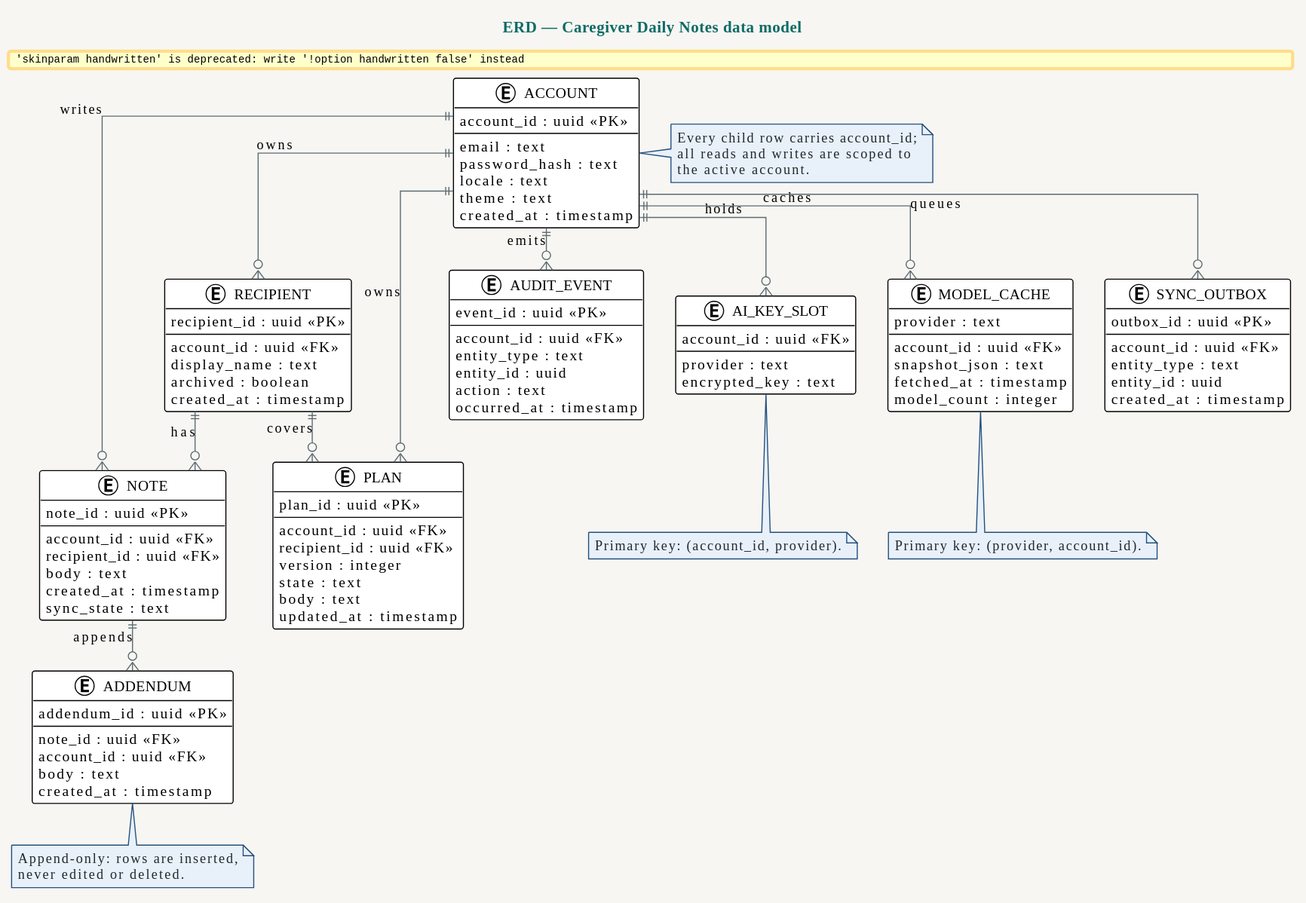
Above: docs/diagrams/erd/05-erd.svg in alaa157/caregiver-daily-notes (PlantUML), before the change.
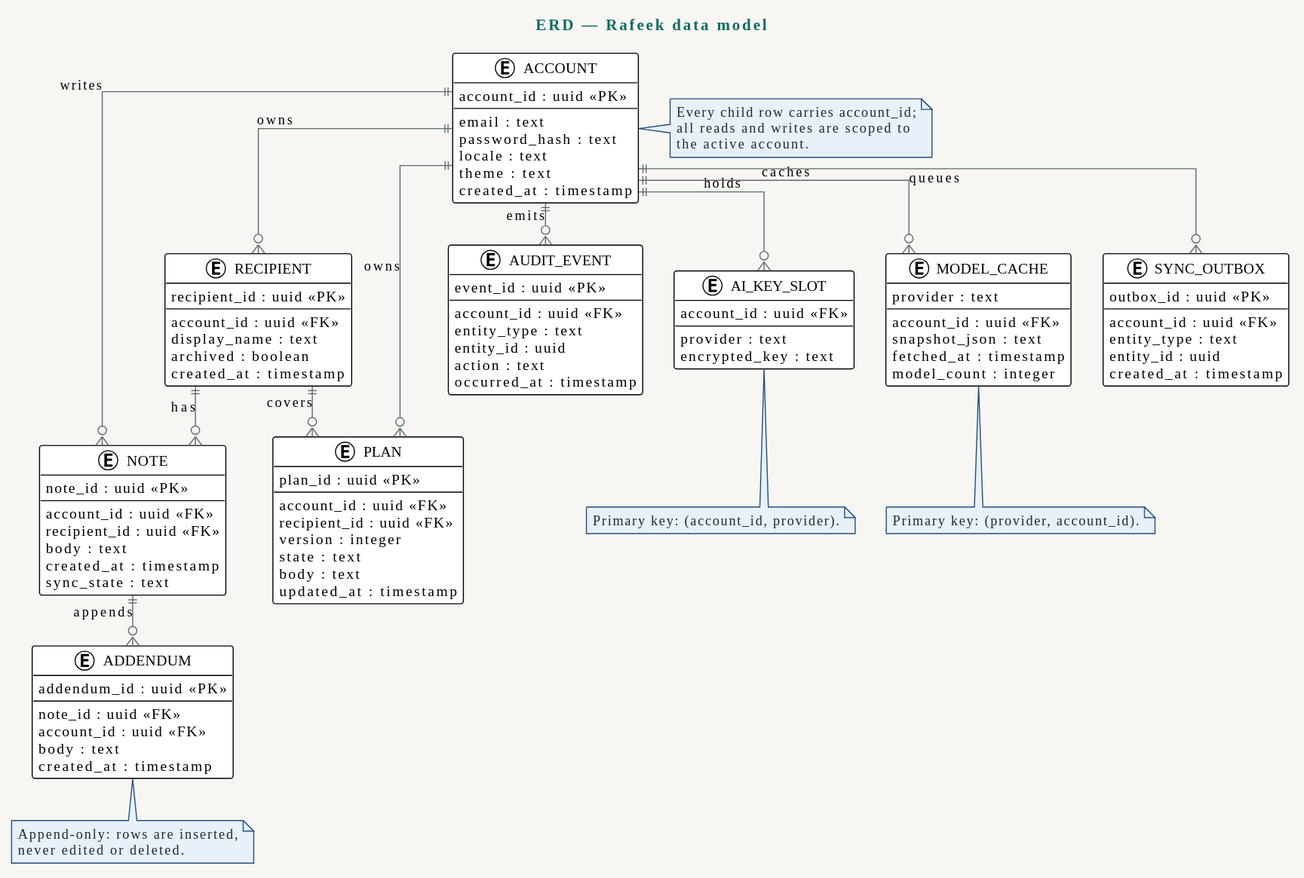
After the change.

The edit, as a diff of the source:
```diff
@@ -5,7 +5,7 @@
 skinparam fontName "IBM Plex Sans"
 skinparam fontSize 11
 skinparam shadowing false
-skinparam handwritten false
+!option handwritten false
 skinparam linetype ortho
 skinparam nodesep 30
 skinparam ranksep 40
@@ -80,7 +80,7 @@
   FontColor #7A4B00
 }
 
-title ERD — Caregiver Daily Notes data model
+title ERD — Rafeek data model
 
 entity ACCOUNT {
   account_id : uuid <<PK>>
```
